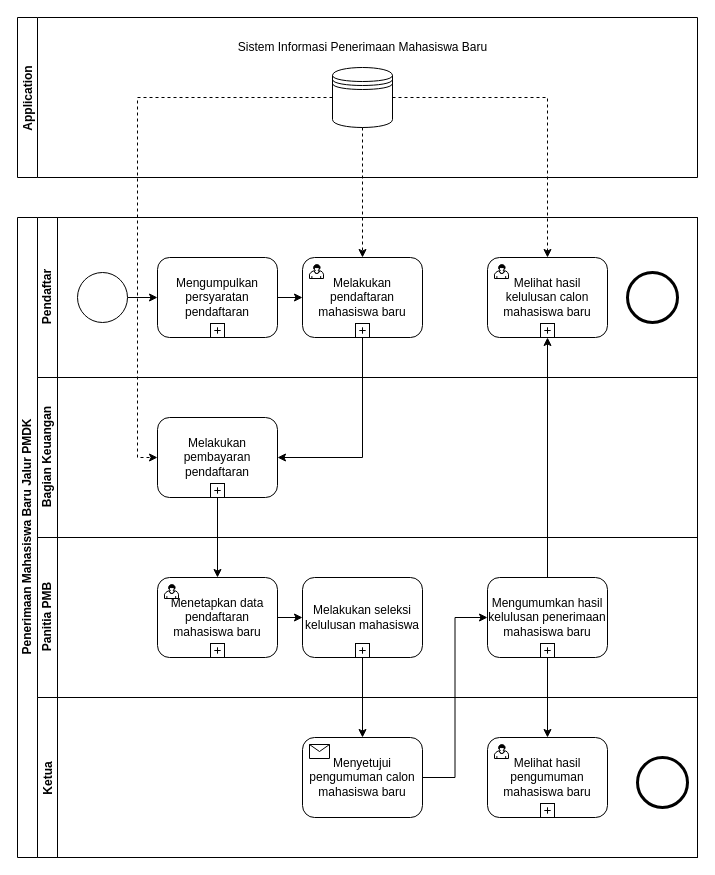
Before: page "Page-1" (1 of 2) of Tugas/BPMN2.drawio in kucingtakucin/Proses-Bisnis-dan-SIM, a draw.io diagram. Source tidied: cells renumbered, new cells numbered last; positions are measured from the earlier drawing's top-left corner, leaving out a move shared by most shapes. Both pictures are drawn from the tidied source at 100%, with x=0, y=0 at pixel (17, 17).
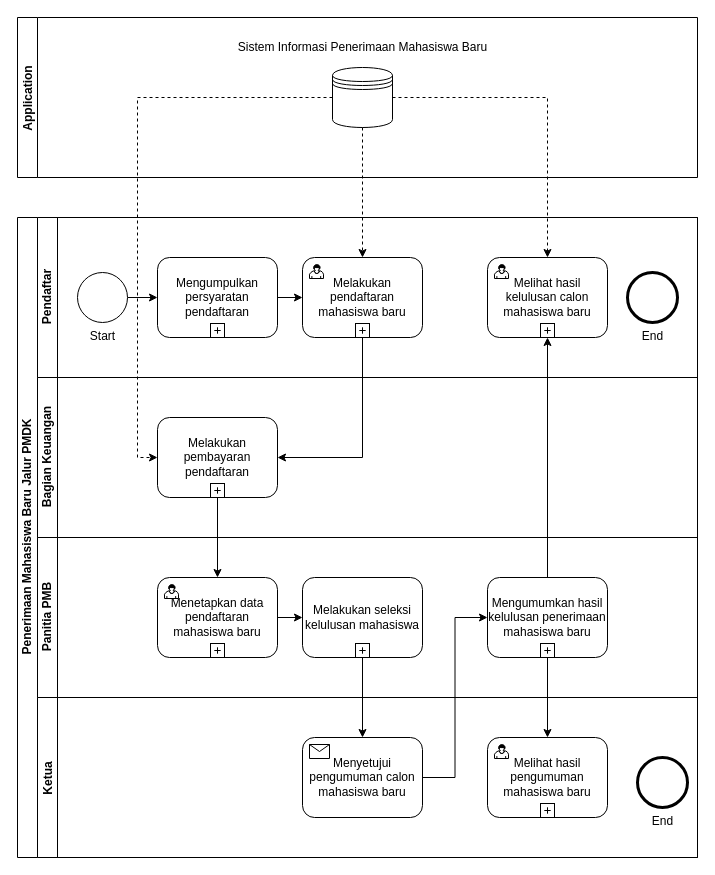
Above is the later version.

Unchanged cells that the change refers to:
```xml
<mxCell id="6" value="Pendaftar" style="swimlane;html=1;startSize=20;horizontal=0;" parent="5" vertex="1">
  <mxGeometry x="20" width="660" height="160" as="geometry" />
</mxCell>
<mxCell id="31" value="Ketua" style="swimlane;startSize=20;horizontal=0;" parent="5" vertex="1">
  <mxGeometry x="20" y="480" width="660" height="160" as="geometry" />
</mxCell>
```

Change to the diagram source:
```diff
@@
-    <mxCell id="7" style="shape=mxgraph.bpmn.shape;html=1;verticalLabelPosition=bottom;labelBackgroundColor=#ffffff;verticalAlign=top;align=center;perimeter=ellipsePerimeter;outline=end;symbol=general;" parent="6" vertex="1">
+    <mxCell id="7" value="End" style="shape=mxgraph.bpmn.shape;html=1;verticalLabelPosition=bottom;labelBackgroundColor=#ffffff;verticalAlign=top;align=center;perimeter=ellipsePerimeter;outline=end;symbol=general;" parent="6" vertex="1">
       <mxGeometry x="590" y="55" width="50" height="50" as="geometry" />
     </mxCell>
@@
-    <mxCell id="12" style="shape=mxgraph.bpmn.shape;html=1;verticalLabelPosition=bottom;labelBackgroundColor=#ffffff;verticalAlign=top;align=center;perimeter=ellipsePerimeter;outlineConnect=0;outline=standard;symbol=general;" parent="6" vertex="1">
+    <mxCell id="12" value="Start" style="shape=mxgraph.bpmn.shape;html=1;verticalLabelPosition=bottom;labelBackgroundColor=#ffffff;verticalAlign=top;align=center;perimeter=ellipsePerimeter;outlineConnect=0;outline=standard;symbol=general;" parent="6" vertex="1">
       <mxGeometry x="40" y="55" width="50" height="50" as="geometry" />
     </mxCell>
@@
-    <mxCell id="32" style="shape=mxgraph.bpmn.shape;html=1;verticalLabelPosition=bottom;labelBackgroundColor=#ffffff;verticalAlign=top;align=center;perimeter=ellipsePerimeter;outline=end;symbol=general;" parent="31" vertex="1">
+    <mxCell id="32" value="End" style="shape=mxgraph.bpmn.shape;html=1;verticalLabelPosition=bottom;labelBackgroundColor=#ffffff;verticalAlign=top;align=center;perimeter=ellipsePerimeter;outline=end;symbol=general;" parent="31" vertex="1">
       <mxGeometry x="600" y="60" width="50" height="50" as="geometry" />
     </mxCell>
```
